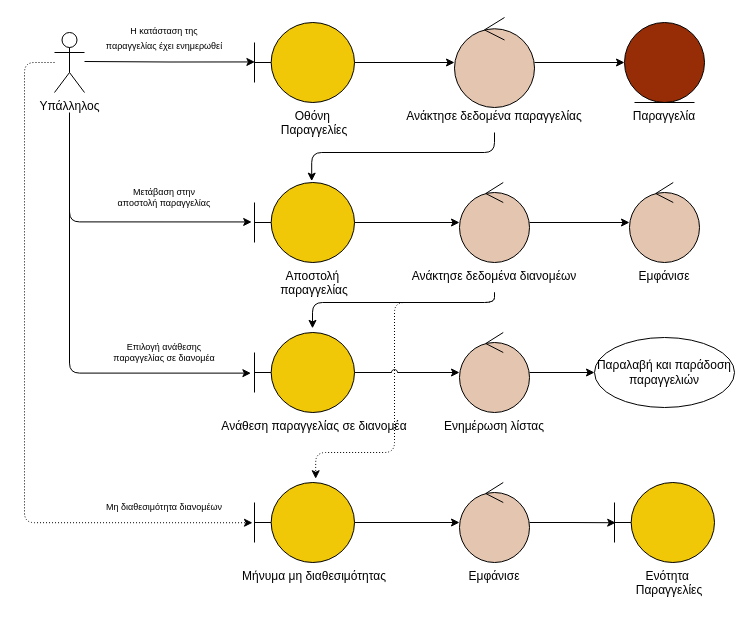
Above: docs/contributions/Kout-ou/Phase 3/Shop Robustness Diagrams/Robustness drawio files/usecase3.drawio in iloudaros/nomnomr (draw.io), before the change. Source tidied: cells renumbered, new cells numbered last; positions are measured from the earlier drawing's top-left corner, leaving out a move shared by most shapes. Both pictures are drawn from the tidied source at 100%, with x=0, y=0 at pixel (24, 17).
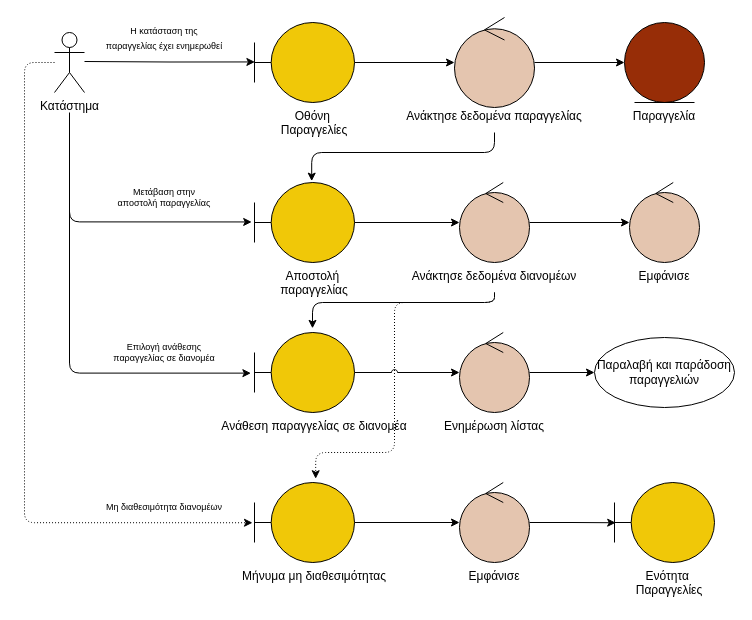
Above is the later version.

Commit message:
Name Changes in Shop Robustness Diagram

Change to the diagram source:
```diff
@@
-    <mxCell id="8" value="Υπάλληλος" style="shape=umlActor;verticalLabelPosition=bottom;verticalAlign=top;html=1;" parent="1" vertex="1">
+    <mxCell id="8" value="Κατάστημα" style="shape=umlActor;verticalLabelPosition=bottom;verticalAlign=top;html=1;" parent="1" vertex="1">
       <mxGeometry x="30" y="15" width="30" height="60" as="geometry" />
     </mxCell>
```
